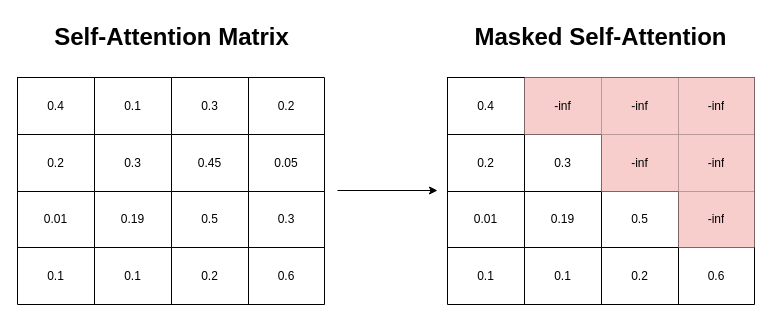
Earlier version of the draw.io diagram images/masked_self_attention.drawio (GabrieleGioetto/thesis). Source tidied: cells renumbered, new cells numbered last; positions are measured from the earlier drawing's top-left corner, leaving out a move shared by most shapes. Both pictures are drawn from the tidied source at 100%, with x=0, y=0 at pixel (17, 17).
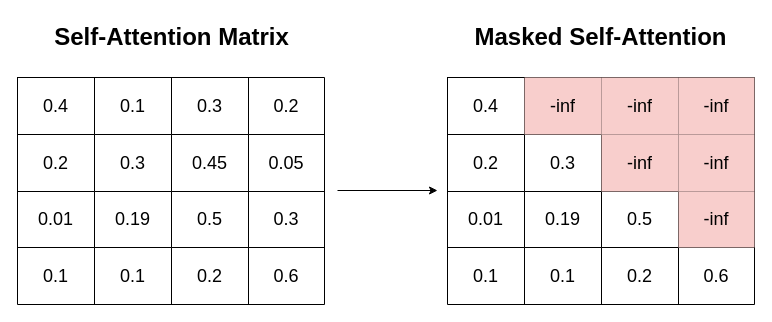
Above is the later version.

Unchanged cells that the change refers to:
```xml
<mxCell id="3" style="shape=tableRow;horizontal=0;startSize=0;swimlaneHead=0;swimlaneBody=0;top=0;left=0;bottom=0;right=0;fillColor=none;" parent="2" vertex="1">
  <mxGeometry width="307" height="57" as="geometry" />
</mxCell>
<mxCell id="8" style="shape=tableRow;horizontal=0;startSize=0;swimlaneHead=0;swimlaneBody=0;top=0;left=0;bottom=0;right=0;fillColor=none;" parent="2" vertex="1">
  <mxGeometry y="57" width="307" height="57" as="geometry" />
</mxCell>
<mxCell id="13" style="shape=tableRow;horizontal=0;startSize=0;swimlaneHead=0;swimlaneBody=0;top=0;left=0;bottom=0;right=0;fillColor=none;" parent="2" vertex="1">
  <mxGeometry y="114" width="307" height="56" as="geometry" />
</mxCell>
<mxCell id="18" style="shape=tableRow;horizontal=0;startSize=0;swimlaneHead=0;swimlaneBody=0;top=0;left=0;bottom=0;right=0;fillColor=none;" parent="2" vertex="1">
  <mxGeometry y="170" width="307" height="57" as="geometry" />
</mxCell>
<mxCell id="24" style="shape=tableRow;horizontal=0;startSize=0;swimlaneHead=0;swimlaneBody=0;top=0;left=0;bottom=0;right=0;fillColor=none;" parent="23" vertex="1">
  <mxGeometry width="307" height="57" as="geometry" />
</mxCell>
<mxCell id="29" style="shape=tableRow;horizontal=0;startSize=0;swimlaneHead=0;swimlaneBody=0;top=0;left=0;bottom=0;right=0;fillColor=none;" parent="23" vertex="1">
  <mxGeometry y="57" width="307" height="57" as="geometry" />
</mxCell>
<mxCell id="34" style="shape=tableRow;horizontal=0;startSize=0;swimlaneHead=0;swimlaneBody=0;top=0;left=0;bottom=0;right=0;fillColor=none;" parent="23" vertex="1">
  <mxGeometry y="114" width="307" height="56" as="geometry" />
</mxCell>
<mxCell id="39" style="shape=tableRow;horizontal=0;startSize=0;swimlaneHead=0;swimlaneBody=0;top=0;left=0;bottom=0;right=0;fillColor=none;" parent="23" vertex="1">
  <mxGeometry y="170" width="307" height="57" as="geometry" />
</mxCell>
```

The edit, as a diff of the source:
```diff
@@
-    <mxCell id="2" style="shape=table;html=1;whiteSpace=wrap;startSize=0;childLayout=tableLayout;" parent="1" vertex="1">
+    <mxCell id="2" style="shape=table;html=1;whiteSpace=wrap;startSize=0;childLayout=tableLayout;fontStyle=1;fontSize=20;" parent="1" vertex="1">
       <mxGeometry y="60" width="307" height="227" as="geometry" />
     </mxCell>
@@
-    <mxCell id="4" value="0.4" style="shape=partialRectangle;html=1;whiteSpace=wrap;fillColor=none;top=0;left=0;bottom=0;right=0;overflow=hidden;" parent="3" vertex="1">
+    <mxCell id="4" value="0.4" style="shape=partialRectangle;html=1;whiteSpace=wrap;fillColor=none;top=0;left=0;bottom=0;right=0;overflow=hidden;fontSize=18;" parent="3" vertex="1">
       <mxGeometry width="77" height="57" as="geometry" />
     </mxCell>
-    <mxCell id="5" value="0.1" style="shape=partialRectangle;html=1;whiteSpace=wrap;fillColor=none;top=0;left=0;bottom=0;right=0;overflow=hidden;" parent="3" vertex="1">
+    <mxCell id="5" value="0.1" style="shape=partialRectangle;html=1;whiteSpace=wrap;fillColor=none;top=0;left=0;bottom=0;right=0;overflow=hidden;fontSize=18;" parent="3" vertex="1">
       <mxGeometry x="77" width="77" height="57" as="geometry" />
     </mxCell>
-    <mxCell id="6" value="0.3" style="shape=partialRectangle;html=1;whiteSpace=wrap;fillColor=none;top=0;left=0;bottom=0;right=0;overflow=hidden;" parent="3" vertex="1">
+    <mxCell id="6" value="0.3" style="shape=partialRectangle;html=1;whiteSpace=wrap;fillColor=none;top=0;left=0;bottom=0;right=0;overflow=hidden;fontSize=18;" parent="3" vertex="1">
       <mxGeometry x="154" width="77" height="57" as="geometry" />
     </mxCell>
-    <mxCell id="7" value="0.2" style="shape=partialRectangle;html=1;whiteSpace=wrap;fillColor=none;top=0;left=0;bottom=0;right=0;overflow=hidden;" parent="3" vertex="1">
+    <mxCell id="7" value="0.2" style="shape=partialRectangle;html=1;whiteSpace=wrap;fillColor=none;top=0;left=0;bottom=0;right=0;overflow=hidden;fontSize=18;" parent="3" vertex="1">
       <mxGeometry x="231" width="76" height="57" as="geometry" />
     </mxCell>
@@
-    <mxCell id="9" value="0.2" style="shape=partialRectangle;html=1;whiteSpace=wrap;fillColor=none;top=0;left=0;bottom=0;right=0;overflow=hidden;" parent="8" vertex="1">
+    <mxCell id="9" value="0.2" style="shape=partialRectangle;html=1;whiteSpace=wrap;fillColor=none;top=0;left=0;bottom=0;right=0;overflow=hidden;fontSize=18;" parent="8" vertex="1">
       <mxGeometry width="77" height="57" as="geometry" />
     </mxCell>
-    <mxCell id="10" value="0.3" style="shape=partialRectangle;html=1;whiteSpace=wrap;fillColor=none;top=0;left=0;bottom=0;right=0;overflow=hidden;" parent="8" vertex="1">
+    <mxCell id="10" value="0.3" style="shape=partialRectangle;html=1;whiteSpace=wrap;fillColor=none;top=0;left=0;bottom=0;right=0;overflow=hidden;fontSize=18;" parent="8" vertex="1">
       <mxGeometry x="77" width="77" height="57" as="geometry" />
     </mxCell>
-    <mxCell id="11" value="0.45" style="shape=partialRectangle;html=1;whiteSpace=wrap;fillColor=none;top=0;left=0;bottom=0;right=0;overflow=hidden;" parent="8" vertex="1">
+    <mxCell id="11" value="0.45" style="shape=partialRectangle;html=1;whiteSpace=wrap;fillColor=none;top=0;left=0;bottom=0;right=0;overflow=hidden;fontSize=18;" parent="8" vertex="1">
       <mxGeometry x="154" width="77" height="57" as="geometry" />
     </mxCell>
-    <mxCell id="12" value="0.05" style="shape=partialRectangle;html=1;whiteSpace=wrap;fillColor=none;top=0;left=0;bottom=0;right=0;overflow=hidden;" parent="8" vertex="1">
+    <mxCell id="12" value="0.05" style="shape=partialRectangle;html=1;whiteSpace=wrap;fillColor=none;top=0;left=0;bottom=0;right=0;overflow=hidden;fontSize=18;" parent="8" vertex="1">
       <mxGeometry x="231" width="76" height="57" as="geometry" />
     </mxCell>
@@
-    <mxCell id="14" value="0.01" style="shape=partialRectangle;html=1;whiteSpace=wrap;fillColor=none;top=0;left=0;bottom=0;right=0;overflow=hidden;" parent="13" vertex="1">
+    <mxCell id="14" value="0.01" style="shape=partialRectangle;html=1;whiteSpace=wrap;fillColor=none;top=0;left=0;bottom=0;right=0;overflow=hidden;fontSize=18;" parent="13" vertex="1">
       <mxGeometry width="77" height="56" as="geometry" />
     </mxCell>
-    <mxCell id="15" value="0.19" style="shape=partialRectangle;html=1;whiteSpace=wrap;fillColor=none;top=0;left=0;bottom=0;right=0;overflow=hidden;" parent="13" vertex="1">
+    <mxCell id="15" value="0.19" style="shape=partialRectangle;html=1;whiteSpace=wrap;fillColor=none;top=0;left=0;bottom=0;right=0;overflow=hidden;fontSize=18;" parent="13" vertex="1">
       <mxGeometry x="77" width="77" height="56" as="geometry" />
     </mxCell>
-    <mxCell id="16" value="0.5" style="shape=partialRectangle;html=1;whiteSpace=wrap;fillColor=none;top=0;left=0;bottom=0;right=0;overflow=hidden;" parent="13" vertex="1">
+    <mxCell id="16" value="0.5" style="shape=partialRectangle;html=1;whiteSpace=wrap;fillColor=none;top=0;left=0;bottom=0;right=0;overflow=hidden;fontSize=18;" parent="13" vertex="1">
       <mxGeometry x="154" width="77" height="56" as="geometry" />
     </mxCell>
-    <mxCell id="17" value="0.3" style="shape=partialRectangle;html=1;whiteSpace=wrap;fillColor=none;top=0;left=0;bottom=0;right=0;overflow=hidden;" parent="13" vertex="1">
+    <mxCell id="17" value="0.3" style="shape=partialRectangle;html=1;whiteSpace=wrap;fillColor=none;top=0;left=0;bottom=0;right=0;overflow=hidden;fontSize=18;" parent="13" vertex="1">
       <mxGeometry x="231" width="76" height="56" as="geometry" />
     </mxCell>
@@
-    <mxCell id="19" value="0.1" style="shape=partialRectangle;html=1;whiteSpace=wrap;fillColor=none;top=0;left=0;bottom=0;right=0;overflow=hidden;" parent="18" vertex="1">
+    <mxCell id="19" value="0.1" style="shape=partialRectangle;html=1;whiteSpace=wrap;fillColor=none;top=0;left=0;bottom=0;right=0;overflow=hidden;fontSize=18;" parent="18" vertex="1">
       <mxGeometry width="77" height="57" as="geometry" />
     </mxCell>
-    <mxCell id="20" value="0.1" style="shape=partialRectangle;html=1;whiteSpace=wrap;fillColor=none;top=0;left=0;bottom=0;right=0;overflow=hidden;" parent="18" vertex="1">
+    <mxCell id="20" value="0.1" style="shape=partialRectangle;html=1;whiteSpace=wrap;fillColor=none;top=0;left=0;bottom=0;right=0;overflow=hidden;fontSize=18;" parent="18" vertex="1">
       <mxGeometry x="77" width="77" height="57" as="geometry" />
     </mxCell>
-    <mxCell id="21" value="0.2" style="shape=partialRectangle;html=1;whiteSpace=wrap;fillColor=none;top=0;left=0;bottom=0;right=0;overflow=hidden;" parent="18" vertex="1">
+    <mxCell id="21" value="0.2" style="shape=partialRectangle;html=1;whiteSpace=wrap;fillColor=none;top=0;left=0;bottom=0;right=0;overflow=hidden;fontSize=18;" parent="18" vertex="1">
       <mxGeometry x="154" width="77" height="57" as="geometry" />
     </mxCell>
-    <mxCell id="22" value="0.6" style="shape=partialRectangle;html=1;whiteSpace=wrap;fillColor=none;top=0;left=0;bottom=0;right=0;overflow=hidden;" parent="18" vertex="1">
+    <mxCell id="22" value="0.6" style="shape=partialRectangle;html=1;whiteSpace=wrap;fillColor=none;top=0;left=0;bottom=0;right=0;overflow=hidden;fontSize=18;" parent="18" vertex="1">
       <mxGeometry x="231" width="76" height="57" as="geometry" />
     </mxCell>
-    <mxCell id="23" style="shape=table;html=1;whiteSpace=wrap;startSize=0;childLayout=tableLayout;" parent="1" vertex="1">
+    <mxCell id="23" style="shape=table;html=1;whiteSpace=wrap;startSize=0;childLayout=tableLayout;fontStyle=1;fontSize=20;" parent="1" vertex="1">
       <mxGeometry x="430" y="60" width="307" height="227" as="geometry" />
     </mxCell>
@@
-    <mxCell id="25" value="0.4" style="shape=partialRectangle;html=1;whiteSpace=wrap;fillColor=none;top=0;left=0;bottom=0;right=0;overflow=hidden;" parent="24" vertex="1">
+    <mxCell id="25" value="0.4" style="shape=partialRectangle;html=1;whiteSpace=wrap;fillColor=none;top=0;left=0;bottom=0;right=0;overflow=hidden;fontSize=18;" parent="24" vertex="1">
       <mxGeometry width="77" height="57" as="geometry" />
     </mxCell>
-    <mxCell id="26" value="-inf" style="shape=partialRectangle;html=1;whiteSpace=wrap;fillColor=#f8cecc;top=0;left=0;bottom=0;right=0;overflow=hidden;strokeColor=#b85450;" parent="24" vertex="1">
+    <mxCell id="26" value="-inf" style="shape=partialRectangle;html=1;whiteSpace=wrap;fillColor=#f8cecc;top=0;left=0;bottom=0;right=0;overflow=hidden;strokeColor=default;fontSize=18;strokeWidth=1;fillStyle=solid;" parent="24" vertex="1">
       <mxGeometry x="77" width="77" height="57" as="geometry" />
     </mxCell>
-    <mxCell id="27" value="-inf" style="shape=partialRectangle;html=1;whiteSpace=wrap;fillColor=#f8cecc;top=0;left=0;bottom=0;right=0;overflow=hidden;strokeColor=#b85450;" parent="24" vertex="1">
+    <mxCell id="27" value="-inf" style="shape=partialRectangle;html=1;whiteSpace=wrap;fillColor=#f8cecc;top=0;left=0;bottom=0;right=0;overflow=hidden;strokeColor=#b85450;fontSize=18;fillStyle=solid;shadow=0;" parent="24" vertex="1">
       <mxGeometry x="154" width="77" height="57" as="geometry" />
     </mxCell>
-    <mxCell id="28" value="-inf" style="shape=partialRectangle;html=1;whiteSpace=wrap;fillColor=#f8cecc;top=0;left=0;bottom=0;right=0;overflow=hidden;strokeColor=#b85450;" parent="24" vertex="1">
+    <mxCell id="28" value="-inf" style="shape=partialRectangle;html=1;whiteSpace=wrap;fillColor=#f8cecc;top=0;left=0;bottom=0;right=0;overflow=hidden;strokeColor=#b85450;fontSize=18;fillStyle=solid;" parent="24" vertex="1">
       <mxGeometry x="231" width="76" height="57" as="geometry" />
     </mxCell>
@@
-    <mxCell id="30" value="0.2" style="shape=partialRectangle;html=1;whiteSpace=wrap;fillColor=none;top=0;left=0;bottom=0;right=0;overflow=hidden;" parent="29" vertex="1">
+    <mxCell id="30" value="0.2" style="shape=partialRectangle;html=1;whiteSpace=wrap;fillColor=none;top=0;left=0;bottom=0;right=0;overflow=hidden;fontSize=18;" parent="29" vertex="1">
       <mxGeometry width="77" height="57" as="geometry" />
     </mxCell>
-    <mxCell id="31" value="0.3" style="shape=partialRectangle;html=1;whiteSpace=wrap;fillColor=none;top=0;left=0;bottom=0;right=0;overflow=hidden;" parent="29" vertex="1">
+    <mxCell id="31" value="0.3" style="shape=partialRectangle;html=1;whiteSpace=wrap;fillColor=none;top=0;left=0;bottom=0;right=0;overflow=hidden;fontSize=18;" parent="29" vertex="1">
       <mxGeometry x="77" width="77" height="57" as="geometry" />
     </mxCell>
-    <mxCell id="32" value="-inf" style="shape=partialRectangle;html=1;whiteSpace=wrap;fillColor=#f8cecc;top=0;left=0;bottom=0;right=0;overflow=hidden;strokeColor=#b85450;" parent="29" vertex="1">
+    <mxCell id="32" value="-inf" style="shape=partialRectangle;html=1;whiteSpace=wrap;fillColor=#f8cecc;top=0;left=0;bottom=0;right=0;overflow=hidden;strokeColor=#b85450;fontSize=18;fillStyle=solid;" parent="29" vertex="1">
       <mxGeometry x="154" width="77" height="57" as="geometry" />
     </mxCell>
-    <mxCell id="33" value="-inf" style="shape=partialRectangle;html=1;whiteSpace=wrap;fillColor=#f8cecc;top=0;left=0;bottom=0;right=0;overflow=hidden;strokeColor=#b85450;" parent="29" vertex="1">
+    <mxCell id="33" value="-inf" style="shape=partialRectangle;html=1;whiteSpace=wrap;fillColor=#f8cecc;top=0;left=0;bottom=0;right=0;overflow=hidden;strokeColor=#b85450;fontSize=18;fillStyle=solid;" parent="29" vertex="1">
       <mxGeometry x="231" width="76" height="57" as="geometry" />
     </mxCell>
@@
-    <mxCell id="35" value="0.01" style="shape=partialRectangle;html=1;whiteSpace=wrap;fillColor=none;top=0;left=0;bottom=0;right=0;overflow=hidden;" parent="34" vertex="1">
+    <mxCell id="35" value="0.01" style="shape=partialRectangle;html=1;whiteSpace=wrap;fillColor=none;top=0;left=0;bottom=0;right=0;overflow=hidden;fontSize=18;" parent="34" vertex="1">
       <mxGeometry width="77" height="56" as="geometry" />
     </mxCell>
-    <mxCell id="36" value="0.19" style="shape=partialRectangle;html=1;whiteSpace=wrap;fillColor=none;top=0;left=0;bottom=0;right=0;overflow=hidden;" parent="34" vertex="1">
+    <mxCell id="36" value="0.19" style="shape=partialRectangle;html=1;whiteSpace=wrap;fillColor=none;top=0;left=0;bottom=0;right=0;overflow=hidden;fontSize=18;" parent="34" vertex="1">
       <mxGeometry x="77" width="77" height="56" as="geometry" />
     </mxCell>
-    <mxCell id="37" value="0.5" style="shape=partialRectangle;html=1;whiteSpace=wrap;fillColor=none;top=0;left=0;bottom=0;right=0;overflow=hidden;" parent="34" vertex="1">
+    <mxCell id="37" value="0.5" style="shape=partialRectangle;html=1;whiteSpace=wrap;fillColor=none;top=0;left=0;bottom=0;right=0;overflow=hidden;fontSize=18;" parent="34" vertex="1">
       <mxGeometry x="154" width="77" height="56" as="geometry" />
     </mxCell>
-    <mxCell id="38" value="-inf" style="shape=partialRectangle;html=1;whiteSpace=wrap;fillColor=#f8cecc;top=0;left=0;bottom=0;right=0;overflow=hidden;strokeColor=#b85450;" parent="34" vertex="1">
+    <mxCell id="38" value="-inf" style="shape=partialRectangle;html=1;whiteSpace=wrap;fillColor=#f8cecc;top=0;left=0;bottom=0;right=0;overflow=hidden;strokeColor=#b85450;fontSize=18;fillStyle=solid;" parent="34" vertex="1">
       <mxGeometry x="231" width="76" height="56" as="geometry" />
     </mxCell>
@@
-    <mxCell id="40" value="0.1" style="shape=partialRectangle;html=1;whiteSpace=wrap;fillColor=none;top=0;left=0;bottom=0;right=0;overflow=hidden;" parent="39" vertex="1">
+    <mxCell id="40" value="0.1" style="shape=partialRectangle;html=1;whiteSpace=wrap;fillColor=none;top=0;left=0;bottom=0;right=0;overflow=hidden;fontSize=18;" parent="39" vertex="1">
       <mxGeometry width="77" height="57" as="geometry" />
     </mxCell>
-    <mxCell id="41" value="0.1" style="shape=partialRectangle;html=1;whiteSpace=wrap;fillColor=none;top=0;left=0;bottom=0;right=0;overflow=hidden;" parent="39" vertex="1">
+    <mxCell id="41" value="0.1" style="shape=partialRectangle;html=1;whiteSpace=wrap;fillColor=none;top=0;left=0;bottom=0;right=0;overflow=hidden;fontSize=18;" parent="39" vertex="1">
       <mxGeometry x="77" width="77" height="57" as="geometry" />
     </mxCell>
-    <mxCell id="42" value="0.2" style="shape=partialRectangle;html=1;whiteSpace=wrap;fillColor=none;top=0;left=0;bottom=0;right=0;overflow=hidden;" parent="39" vertex="1">
+    <mxCell id="42" value="0.2" style="shape=partialRectangle;html=1;whiteSpace=wrap;fillColor=none;top=0;left=0;bottom=0;right=0;overflow=hidden;fontSize=18;" parent="39" vertex="1">
       <mxGeometry x="154" width="77" height="57" as="geometry" />
     </mxCell>
-    <mxCell id="43" value="0.6" style="shape=partialRectangle;html=1;whiteSpace=wrap;fillColor=none;top=0;left=0;bottom=0;right=0;overflow=hidden;" parent="39" vertex="1">
+    <mxCell id="43" value="0.6" style="shape=partialRectangle;html=1;whiteSpace=wrap;fillColor=none;top=0;left=0;bottom=0;right=0;overflow=hidden;fontSize=18;" parent="39" vertex="1">
       <mxGeometry x="231" width="76" height="57" as="geometry" />
     </mxCell>
```
